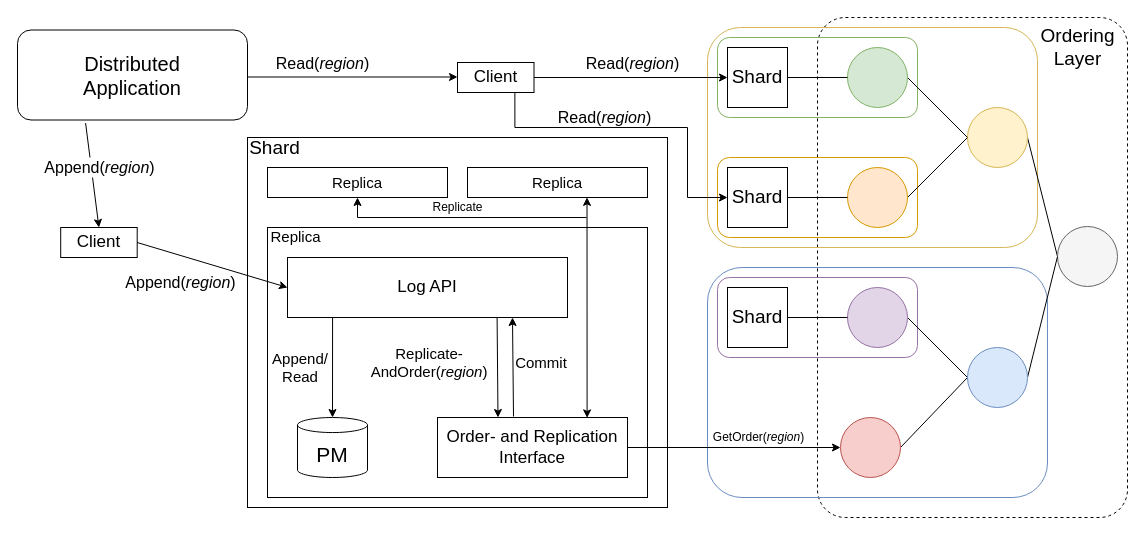
Above: docs/System_Arch2.drawio in nathanieltornow/PMLog (draw.io), before the change. Source tidied: cells renumbered, new cells numbered last; positions are measured from the earlier drawing's top-left corner, leaving out a move shared by most shapes. Both pictures are drawn from the tidied source at 100%, with x=0, y=0 at pixel (17, 17).
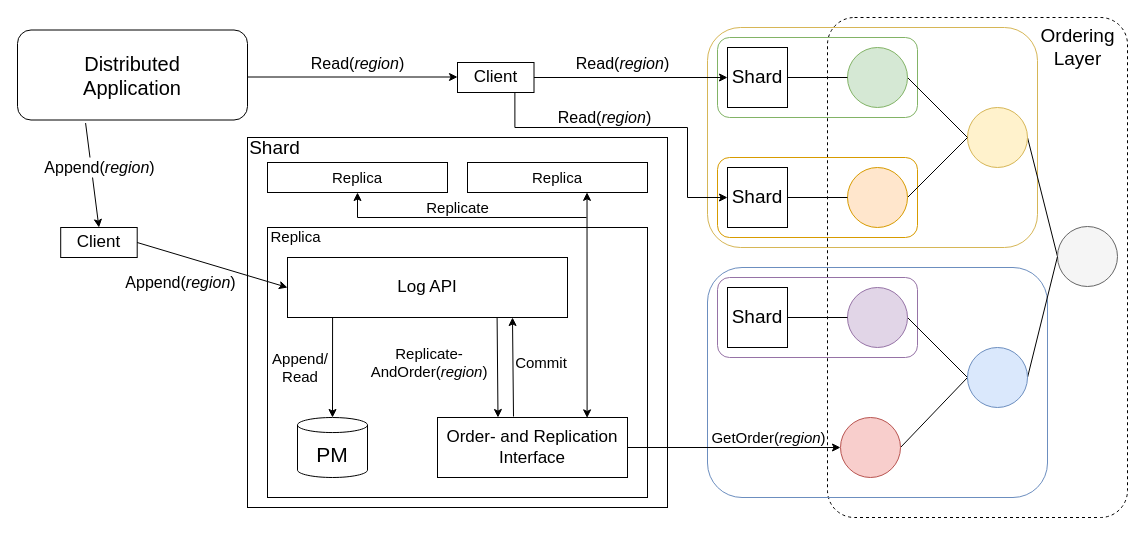
The same page after the edit.

The edit, as a diff of the source:
```diff
@@
     <mxCell id="2" style="rounded=1;whiteSpace=wrap;html=1;fillColor=none;arcSize=9;dashed=1;" parent="1" vertex="1">
-      <mxGeometry x="800" width="310" height="500" as="geometry" />
+      <mxGeometry x="810" width="300" height="500" as="geometry" />
     </mxCell>
@@
     <mxCell id="28" value="&lt;font style=&quot;font-size: 15px&quot;&gt;Replica&lt;/font&gt;" style="rounded=0;whiteSpace=wrap;html=1;" parent="1" vertex="1">
-      <mxGeometry x="250" y="150" width="180" height="30" as="geometry" />
+      <mxGeometry x="250" y="145" width="180" height="30" as="geometry" />
     </mxCell>
@@
     <mxCell id="30" value="&lt;span style=&quot;font-size: 15px&quot;&gt;Replica&lt;/span&gt;" style="rounded=0;whiteSpace=wrap;html=1;" parent="1" vertex="1">
-      <mxGeometry x="450" y="150" width="180" height="30" as="geometry" />
+      <mxGeometry x="450" y="145" width="180" height="30" as="geometry" />
     </mxCell>
@@
-    <mxCell id="43" value="Replicate" style="text;html=1;strokeColor=none;fillColor=none;align=center;verticalAlign=middle;whiteSpace=wrap;rounded=0;" parent="1" vertex="1">
+    <mxCell id="43" value="&lt;font style=&quot;font-size: 15px&quot;&gt;Replicate&lt;/font&gt;" style="text;html=1;strokeColor=none;fillColor=none;align=center;verticalAlign=middle;whiteSpace=wrap;rounded=0;" parent="1" vertex="1">
       <mxGeometry x="420" y="180" width="41" height="20" as="geometry" />
     </mxCell>
-    <mxCell id="44" value="GetOrder(&lt;i&gt;region&lt;/i&gt;)" style="text;html=1;align=center;verticalAlign=middle;strokeColor=none;fillColor=none;" parent="1" vertex="1">
-      <mxGeometry x="686" y="410" width="110" height="20" as="geometry" />
+    <mxCell id="44" value="&lt;font style=&quot;font-size: 15px&quot;&gt;GetOrder(&lt;i&gt;region&lt;/i&gt;)&lt;/font&gt;" style="text;html=1;align=center;verticalAlign=middle;strokeColor=none;fillColor=none;" parent="1" vertex="1">
+      <mxGeometry x="686" y="410" width="130" height="20" as="geometry" />
     </mxCell>
@@
     <mxCell id="57" value="&lt;span style=&quot;font-size: 16px&quot;&gt;Read(&lt;/span&gt;&lt;i style=&quot;font-size: 16px&quot;&gt;region&lt;/i&gt;&lt;span style=&quot;font-size: 16px&quot;&gt;)&lt;/span&gt;" style="text;html=1;align=center;verticalAlign=middle;fillColor=default;" parent="1" vertex="1">
-      <mxGeometry x="250" y="36" width="110" height="20" as="geometry" />
+      <mxGeometry x="285" y="36" width="110" height="20" as="geometry" />
     </mxCell>
     <mxCell id="58" value="&lt;span style=&quot;font-size: 16px&quot;&gt;Read(&lt;/span&gt;&lt;i style=&quot;font-size: 16px&quot;&gt;region&lt;/i&gt;&lt;span style=&quot;font-size: 16px&quot;&gt;)&lt;/span&gt;" style="text;html=1;align=center;verticalAlign=middle;fillColor=default;" parent="1" vertex="1">
-      <mxGeometry x="560" y="36" width="110" height="20" as="geometry" />
+      <mxGeometry x="550" y="36" width="110" height="20" as="geometry" />
     </mxCell>
```
